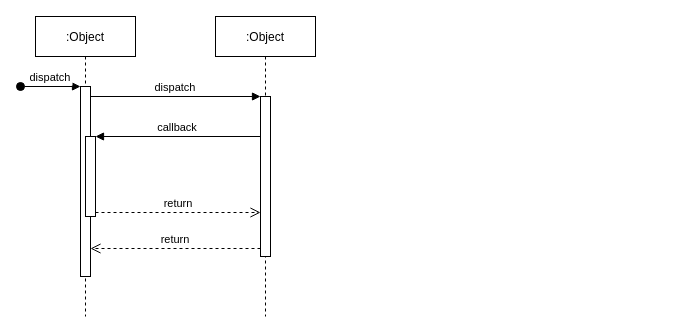
The draw.io diagram Engenharia de Software/Sequencia Diagrama.drawio in MurilowJr/bertoti, before the edit. Source tidied: cells renumbered, new cells numbered last; positions are measured from the earlier drawing's top-left corner, leaving out a move shared by most shapes. Both pictures are drawn from the tidied source at 100%, with x=0, y=0 at pixel (20, 16).
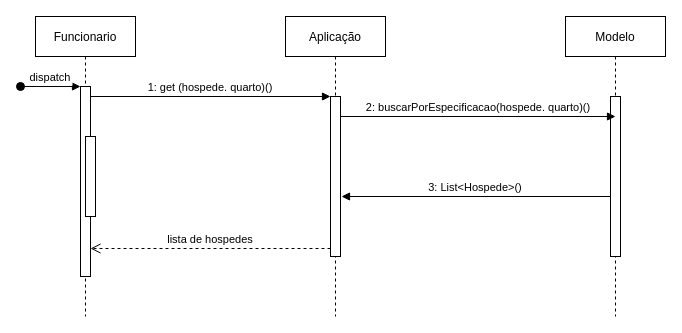
After the change.

Commit message:
att diagrama de sequencia.drawio

Change to the diagram source:
```diff
@@
 <mxGraphModel>
   <root>
     <mxCell id="0" />
     <mxCell id="1" parent="0" />
-    <mxCell id="2" value=":Object" style="shape=umlLifeline;perimeter=lifelinePerimeter;rounded=0;shadow=0;strokeWidth=1;" parent="1" vertex="1">
+    <mxCell id="2" value="Funcionario" style="shape=umlLifeline;perimeter=lifelinePerimeter;rounded=0;shadow=0;strokeWidth=1;" parent="1" vertex="1">
       <mxGeometry x="15" width="100" height="300" as="geometry" />
     </mxCell>
     <mxCell id="3" style="points=[];perimeter=orthogonalPerimeter;rounded=0;shadow=0;strokeWidth=1;" parent="2" vertex="1">
       <mxGeometry x="45" y="70" width="10" height="190" as="geometry" />
     </mxCell>
     <mxCell id="4" value="dispatch" style="verticalAlign=bottom;startArrow=oval;endArrow=block;startSize=8;shadow=0;strokeWidth=1;" parent="2" edge="1" target="3">
       <mxGeometry relative="1" as="geometry">
         <mxPoint x="-15" y="70" as="sourcePoint" />
       </mxGeometry>
     </mxCell>
     <mxCell id="5" style="points=[];perimeter=orthogonalPerimeter;rounded=0;shadow=0;strokeWidth=1;" parent="2" vertex="1">
       <mxGeometry x="50" y="120" width="10" height="80" as="geometry" />
     </mxCell>
-    <mxCell id="6" value=":Object" style="shape=umlLifeline;perimeter=lifelinePerimeter;rounded=0;shadow=0;strokeWidth=1;" parent="1" vertex="1">
-      <mxGeometry x="195" width="100" height="300" as="geometry" />
+    <mxCell id="6" value="Aplicação" style="shape=umlLifeline;perimeter=lifelinePerimeter;rounded=0;shadow=0;strokeWidth=1;" parent="1" vertex="1">
+      <mxGeometry x="265" width="100" height="300" as="geometry" />
     </mxCell>
     <mxCell id="7" style="points=[];perimeter=orthogonalPerimeter;rounded=0;shadow=0;strokeWidth=1;" parent="6" vertex="1">
       <mxGeometry x="45" y="80" width="10" height="160" as="geometry" />
     </mxCell>
-    <mxCell id="8" value="return" style="verticalAlign=bottom;endArrow=open;dashed=1;endSize=8;exitX=0;exitY=0.95;shadow=0;strokeWidth=1;" parent="1" edge="1" source="7" target="3">
+    <mxCell id="8" value="lista de hospedes" style="verticalAlign=bottom;endArrow=open;dashed=1;endSize=8;exitX=0;exitY=0.95;shadow=0;strokeWidth=1;" parent="1" edge="1" source="7" target="3">
       <mxGeometry relative="1" as="geometry" />
     </mxCell>
-    <mxCell id="9" value="dispatch" style="verticalAlign=bottom;endArrow=block;entryX=0;entryY=0;shadow=0;strokeWidth=1;" parent="1" edge="1" source="3" target="7">
+    <mxCell id="9" value="1: get (hospede. quarto)()" style="verticalAlign=bottom;endArrow=block;entryX=0;entryY=0;shadow=0;strokeWidth=1;" parent="1" edge="1" source="3" target="7">
       <mxGeometry relative="1" as="geometry" />
     </mxCell>
-    <mxCell id="10" value="callback" style="verticalAlign=bottom;endArrow=block;entryX=1;entryY=0;shadow=0;strokeWidth=1;" parent="1" edge="1" source="7" target="5">
-      <mxGeometry relative="1" as="geometry" />
-    </mxCell>
-    <mxCell id="11" value="return" style="verticalAlign=bottom;endArrow=open;dashed=1;endSize=8;exitX=1;exitY=0.95;shadow=0;strokeWidth=1;" parent="1" edge="1" source="5" target="7">
-      <mxGeometry relative="1" as="geometry" />
-    </mxCell>
+    <mxCell id="12" value="Modelo" style="shape=umlLifeline;perimeter=lifelinePerimeter;rounded=0;shadow=0;strokeWidth=1;" parent="1" vertex="1">
+      <mxGeometry x="545" width="100" height="300" as="geometry" />
+    </mxCell>
+    <mxCell id="13" style="points=[];perimeter=orthogonalPerimeter;rounded=0;shadow=0;strokeWidth=1;" parent="12" vertex="1">
+      <mxGeometry x="45" y="80" width="10" height="160" as="geometry" />
+    </mxCell>
+    <mxCell id="14" value="2: buscarPorEspecificacao(hospede. quarto)()" style="verticalAlign=bottom;endArrow=block;entryX=0.5;entryY=0.125;shadow=0;strokeWidth=1;entryDx=0;entryDy=0;entryPerimeter=0;" parent="1" edge="1" target="13">
+      <mxGeometry relative="1" as="geometry">
+        <mxPoint x="320" y="100" as="sourcePoint" />
+      </mxGeometry>
+    </mxCell>
+    <mxCell id="15" value="3: List&lt;Hospede&gt;()" style="verticalAlign=bottom;endArrow=block;entryX=1.1;entryY=0.625;shadow=0;strokeWidth=1;entryDx=0;entryDy=0;entryPerimeter=0;" parent="1" edge="1" source="13" target="7">
+      <mxGeometry relative="1" as="geometry" />
+    </mxCell>
   </root>
 </mxGraphModel>
```
